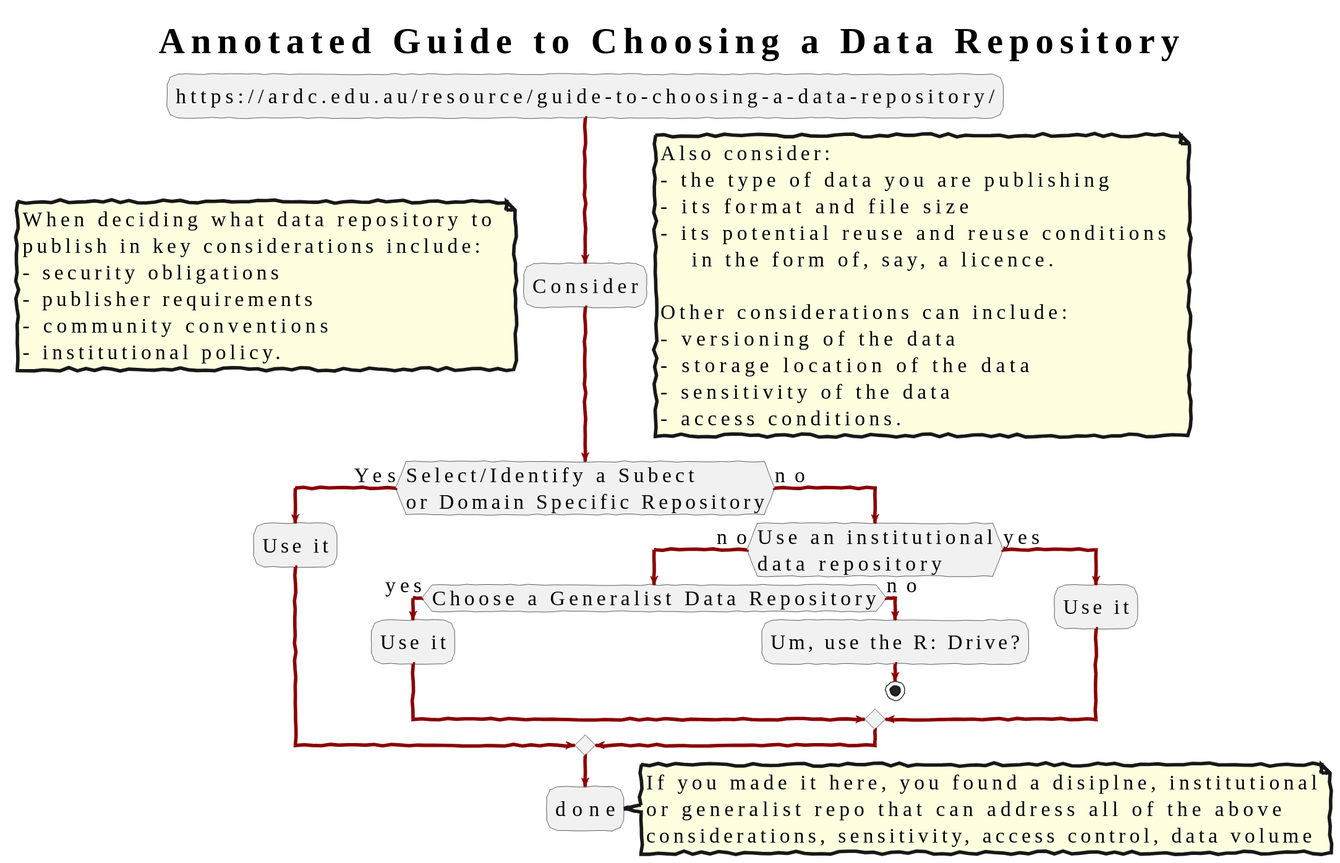
Earlier version of the PlantUML export arkisto/ardc-repo-chooser.svg (Language-Research-Technology/plantuml-diagrams). Its diagram source:
```plantuml
@startuml
!include_many ../data-management-style.txt

title: Annotated Guide to Choosing a Data Repository

:https://ardc.edu.au/resource/guide-to-choosing-a-data-repository/;
:Consider;
note left
When deciding what data repository to
publish in key considerations include:
- security obligations
- publisher requirements
- community conventions
- institutional policy.
end note
note right
Also consider:
- the type of data you are publishing
- its format and file size
- its potential reuse and reuse conditions
   in the form of, say, a licence.

Other considerations can include:
- versioning of the data
- storage location of the data
- sensitivity of the data
- access conditions.
end note




if (Select/Identify a Subect\nor Domain Specific Repository) then (Yes)
:Use it;





else (no)
 if (Use an institutional\ndata repository) then (no)
 if (Choose a Generalist Data Repository) then (yes)
   :Use it;




 else (no)
    :Um, use the R: Drive?;
    stop
 endif
 else (yes)
:Use it;



endif



endif
:done;
note right
If you made it here, you found a disiplne, institutional
or generalist repo that can address all of the above
considerations, sensitivity, access control, data volume
end note
@enduml
```
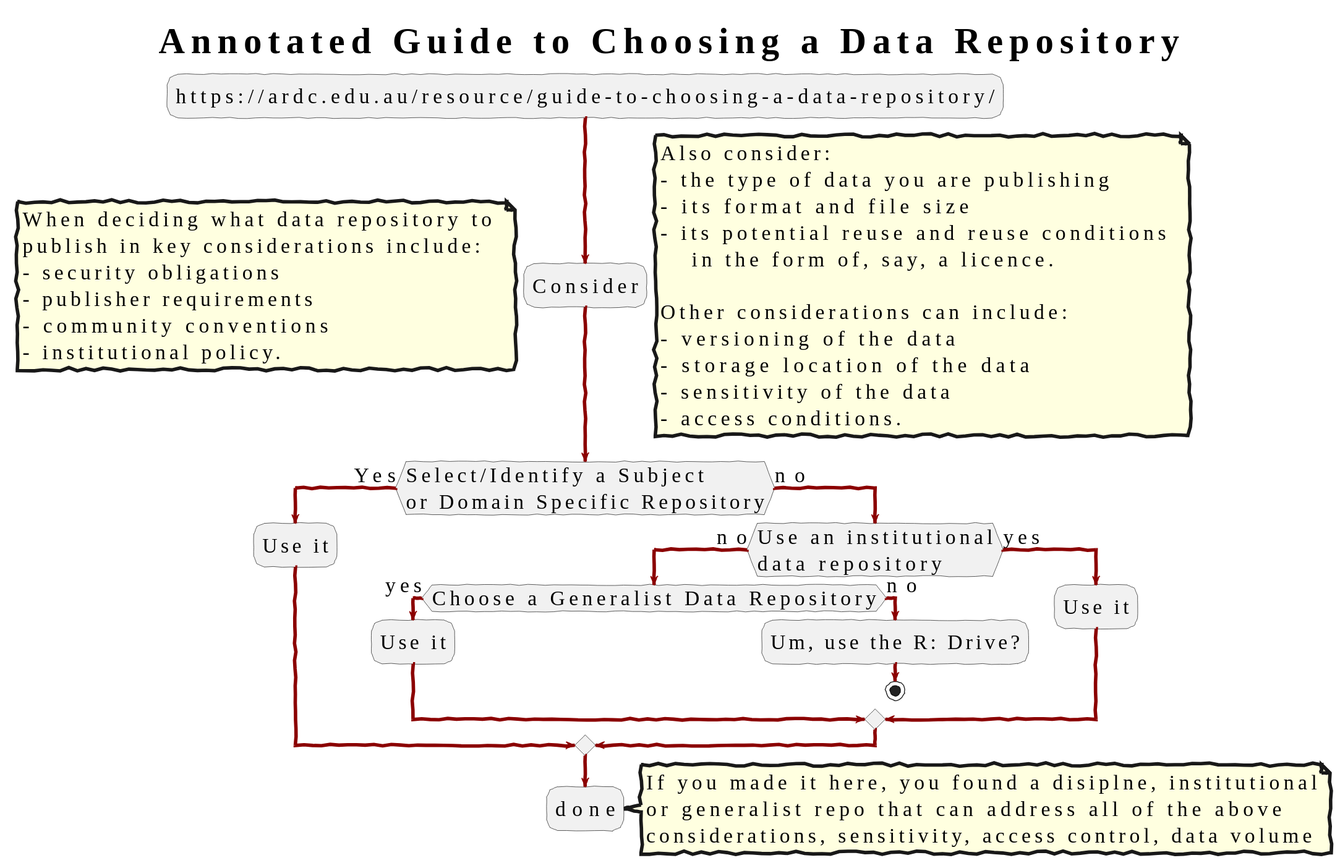
Above is the later version.

Diff of the diagram source:
```diff
@@ -30,7 +30,7 @@
 
 
 
-if (Select/Identify a Subect\nor Domain Specific Repository) then (Yes)
+if (Select/Identify a Subject\nor Domain Specific Repository) then (Yes)
 :Use it;
 
 
```
